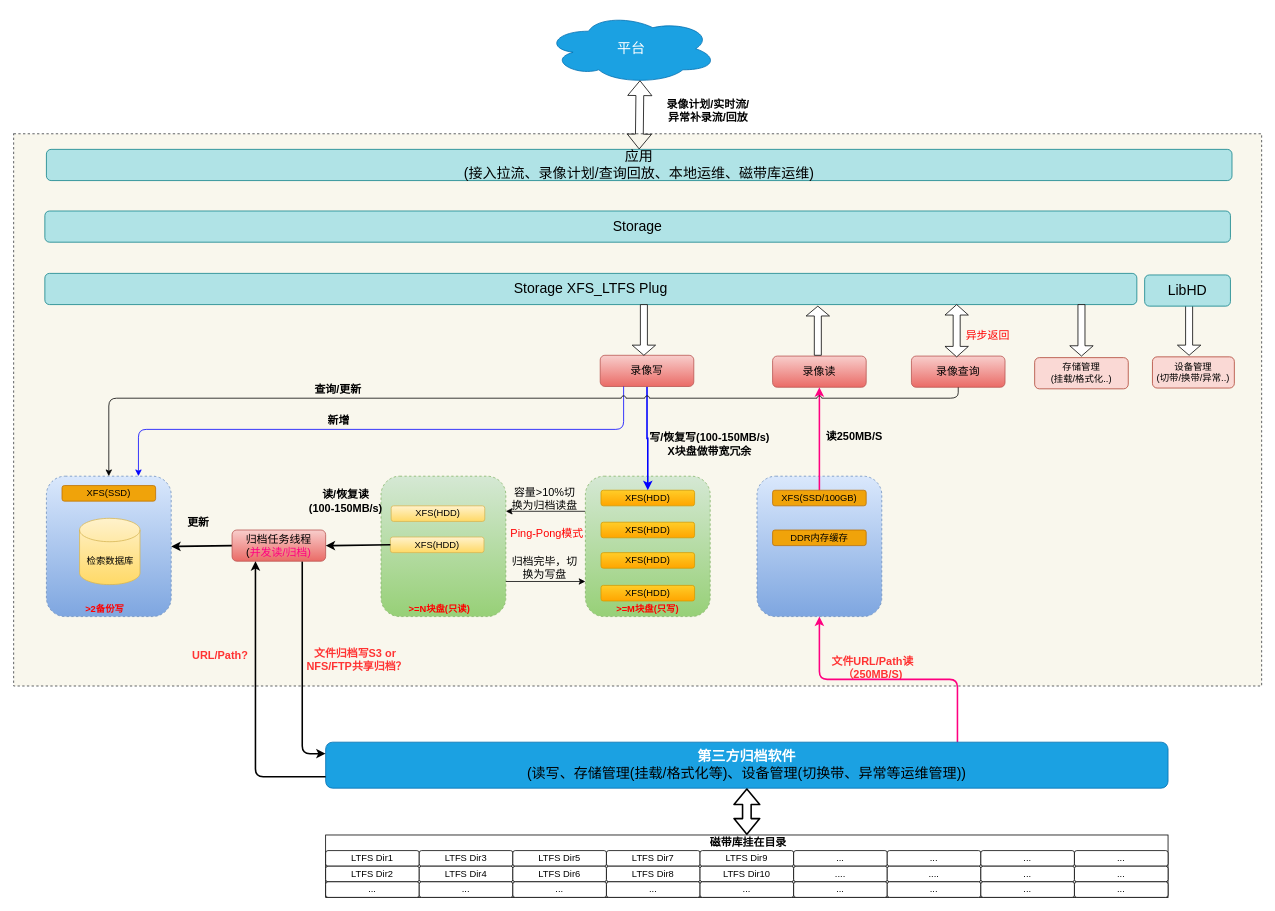
This is Cidai_3.drawio from snowolfhawk/ceph-scripts, a draw.io file, before an edit. Source tidied: cells renumbered, new cells numbered last; positions are measured from the earlier drawing's top-left corner, leaving out a move shared by most shapes. Both pictures are drawn from the tidied source at 78%, with x=0, y=0 at pixel (13, 13).
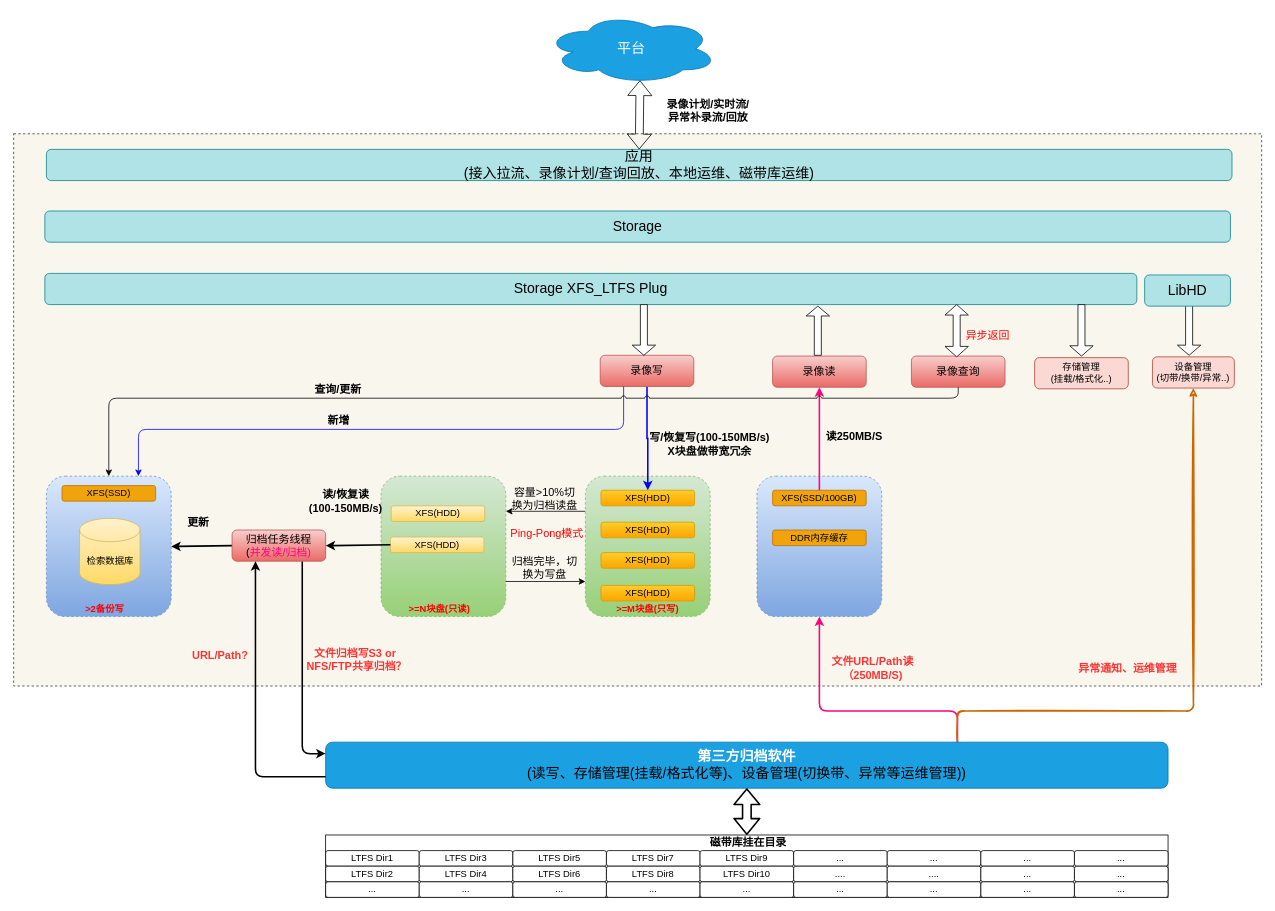
Above is the later version.

The change refers to these unchanged cells:
```xml
<mxCell id="4" style="rounded=1;whiteSpace=wrap;html=1;dashed=1;fillColor=#dae8fc;strokeColor=#6c8ebf;gradientColor=#7ea6e0;" parent="1" vertex="1">
  <mxGeometry x="953" y="593" width="160" height="180" as="geometry" />
</mxCell>
<mxCell id="66" value="&lt;span style=&quot;font-size: 18px;&quot;&gt;&lt;b&gt;第三方归档软件&lt;/b&gt;&lt;br&gt;&lt;font color=&quot;#000000&quot;&gt;(读写、存储管理(挂载/格式化等)、设备管理(切换带、异常等运维管理))&lt;/font&gt;&lt;/span&gt;" style="rounded=1;whiteSpace=wrap;html=1;fillColor=#1ba1e2;strokeColor=#006EAF;fontColor=#ffffff;" parent="1" vertex="1">
  <mxGeometry x="400" y="934" width="1080" height="59" as="geometry" />
</mxCell>
<mxCell id="86" value="设备管理&lt;br&gt;(切带/换带/异常..)" style="rounded=1;whiteSpace=wrap;html=1;fillColor=#fad9d5;strokeColor=#ae4132;" parent="1" vertex="1">
  <mxGeometry x="1460" y="440" width="105" height="40" as="geometry" />
</mxCell>
```

What changed in the source:
```diff
@@
     <mxCell id="36" value="&lt;b&gt;&lt;font color=&quot;#ff3333&quot; style=&quot;font-size: 14px;&quot;&gt;文件URL/Path读（250MB/S)&lt;/font&gt;&lt;/b&gt;" style="text;html=1;strokeColor=none;fillColor=none;align=center;verticalAlign=middle;whiteSpace=wrap;rounded=0;" parent="1" vertex="1">
-      <mxGeometry x="1033" y="823" width="137" height="29" as="geometry" />
+      <mxGeometry x="1033" y="824" width="137" height="29" as="geometry" />
     </mxCell>
@@
     <mxCell id="65" style="edgeStyle=orthogonalEdgeStyle;rounded=1;jumpStyle=arc;jettySize=auto;html=1;exitX=0.75;exitY=0;exitDx=0;exitDy=0;entryX=0.5;entryY=1;entryDx=0;entryDy=0;fontSize=14;fontColor=#FF0080;strokeColor=#FF0080;strokeWidth=2;" parent="1" edge="1" source="66" target="4">
-      <mxGeometry relative="1" as="geometry" />
+      <mxGeometry relative="1" as="geometry">
+        <Array as="points">
+          <mxPoint x="1210" y="894" />
+          <mxPoint x="1033" y="894" />
+        </Array>
+      </mxGeometry>
     </mxCell>
+    <mxCell id="93" style="edgeStyle=orthogonalEdgeStyle;rounded=1;sketch=1;jumpStyle=arc;jettySize=auto;html=1;exitX=0.75;exitY=0;exitDx=0;exitDy=0;entryX=0.5;entryY=1;entryDx=0;entryDy=0;fontSize=14;fontColor=#000000;strokeColor=#CC6600;strokeWidth=2;" parent="1" edge="1" source="66" target="86">
+      <mxGeometry relative="1" as="geometry">
+        <Array as="points">
+          <mxPoint x="1210" y="894" />
+          <mxPoint x="1513" y="894" />
+        </Array>
+      </mxGeometry>
+    </mxCell>
@@
+    <mxCell id="94" value="&lt;font color=&quot;#ff3333&quot;&gt;&lt;span style=&quot;font-size: 14px;&quot;&gt;&lt;b&gt;异常通知、运维管理&lt;/b&gt;&lt;/span&gt;&lt;/font&gt;" style="text;html=1;strokeColor=none;fillColor=none;align=center;verticalAlign=middle;whiteSpace=wrap;rounded=0;" parent="1" vertex="1">
+      <mxGeometry x="1360" y="824" width="137" height="29" as="geometry" />
+    </mxCell>
```
